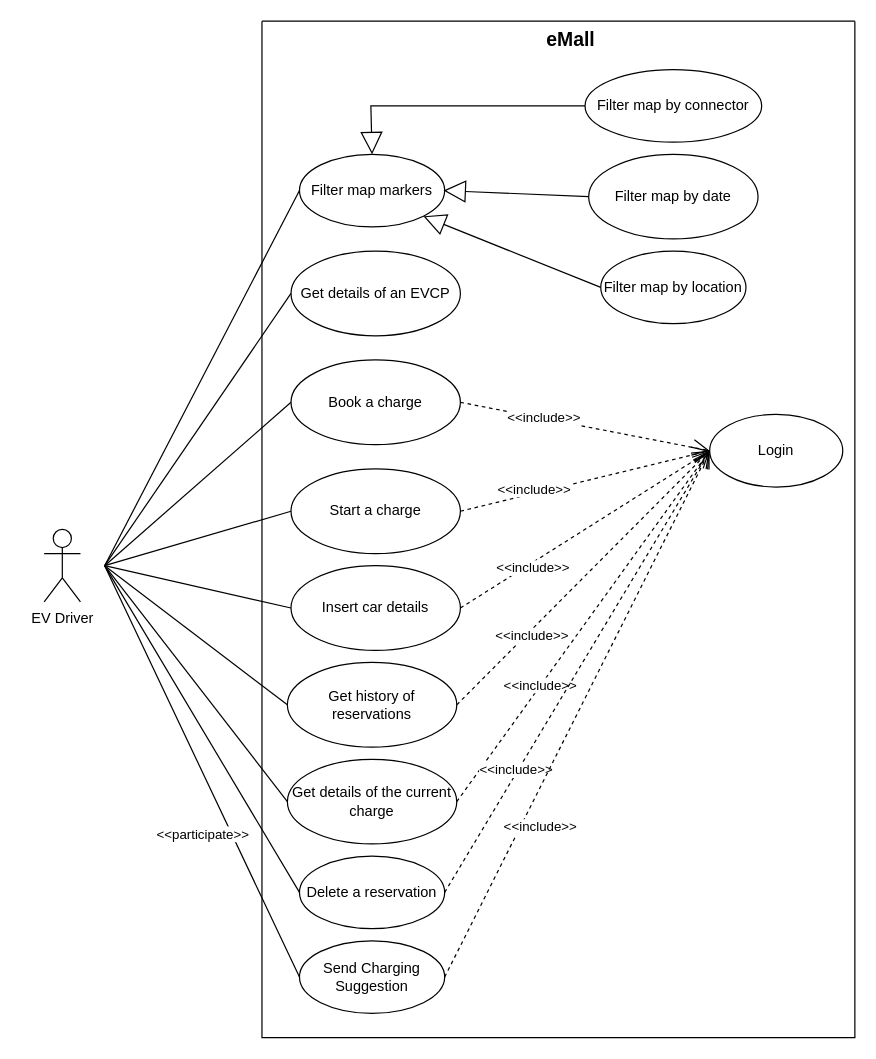
Earlier version of the draw.io diagram RASD/src/use_case_diagram/driver.drawio (gio-del/eMall). Source tidied: cells renumbered, new cells numbered last; positions are measured from the earlier drawing's top-left corner, leaving out a move shared by most shapes. Both pictures are drawn from the tidied source at 121%, with x=0, y=0 at pixel (44, 21).
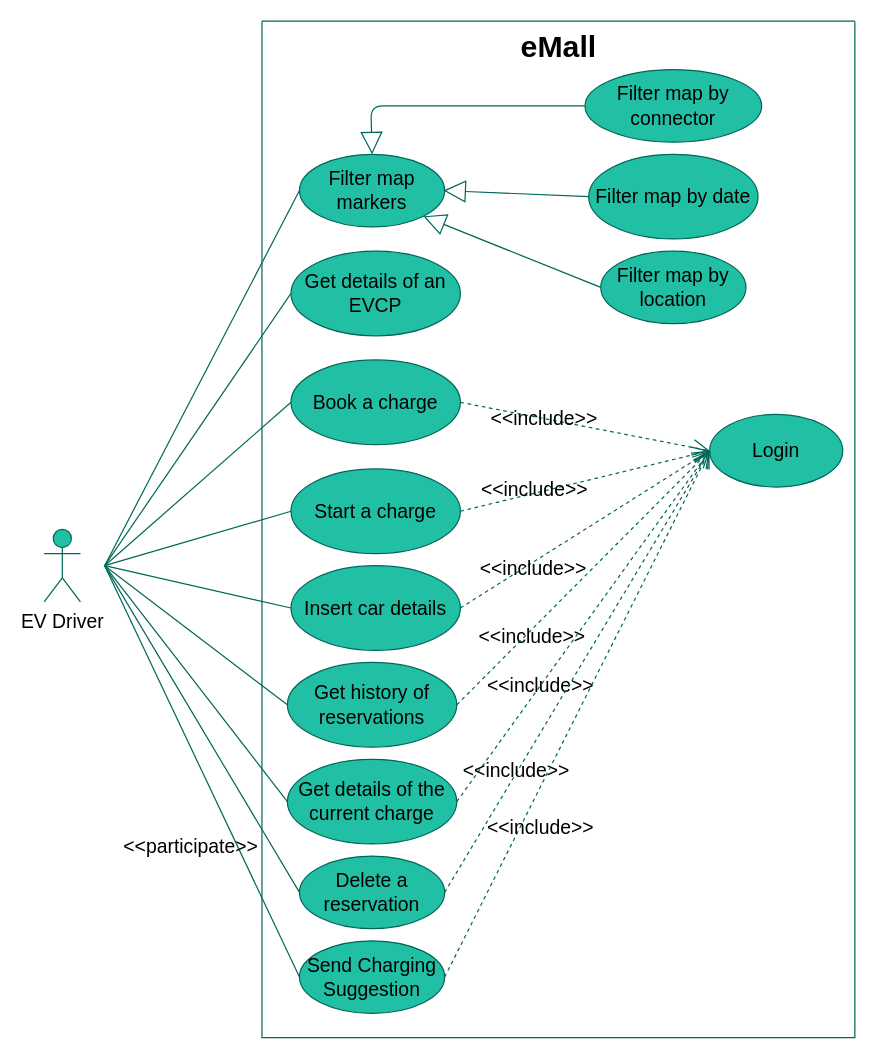
Above is the later version.

Diff of the diagram source:
```diff
@@
-    <mxCell id="2" value="EV Driver" style="shape=umlActor;verticalLabelPosition=bottom;verticalAlign=top;html=1;" parent="1" vertex="1">
+    <mxCell id="2" value="EV Driver" style="shape=umlActor;verticalLabelPosition=bottom;verticalAlign=top;html=1;fontSize=16;rounded=1;labelBackgroundColor=none;fillColor=#21C0A5;strokeColor=#006658;fontColor=#000000;" parent="1" vertex="1">
       <mxGeometry y="420" width="30" height="60" as="geometry" />
     </mxCell>
-    <mxCell id="3" style="swimlane;startSize=0;" parent="1" vertex="1">
+    <mxCell id="3" style="swimlane;startSize=0;fontSize=16;rounded=1;labelBackgroundColor=none;fillColor=#21C0A5;strokeColor=#006658;fontColor=#000000;" parent="1" vertex="1">
       <mxGeometry x="180" width="490" height="840" as="geometry" />
     </mxCell>
-    <mxCell id="4" value="eMall" style="text;html=1;align=center;verticalAlign=middle;strokeColor=none;fillColor=none;fontSize=16;fontStyle=1;" parent="3" vertex="1">
-      <mxGeometry x="225" width="60" height="30" as="geometry" />
+    <mxCell id="4" value="eMall" style="text;html=1;align=center;verticalAlign=middle;strokeColor=none;fillColor=none;fontSize=25;fontStyle=1;rounded=1;labelBackgroundColor=none;fontColor=#000000;" parent="3" vertex="1">
+      <mxGeometry x="200" width="90" height="40" as="geometry" />
     </mxCell>
-    <mxCell id="5" value="Login" style="ellipse;whiteSpace=wrap;html=1;strokeWidth=1;" parent="3" vertex="1">
+    <mxCell id="5" value="Login" style="ellipse;whiteSpace=wrap;html=1;strokeWidth=1;fontSize=16;rounded=1;labelBackgroundColor=none;fillColor=#21C0A5;strokeColor=#006658;fontColor=#000000;" parent="3" vertex="1">
       <mxGeometry x="370" y="325" width="110" height="60" as="geometry" />
     </mxCell>
-    <mxCell id="6" value="Filter map by connector" style="ellipse;whiteSpace=wrap;html=1;strokeWidth=1;" parent="3" vertex="1">
+    <mxCell id="6" value="Filter map by connector" style="ellipse;whiteSpace=wrap;html=1;strokeWidth=1;fontSize=16;rounded=1;labelBackgroundColor=none;fillColor=#21C0A5;strokeColor=#006658;fontColor=#000000;" parent="3" vertex="1">
       <mxGeometry x="267" y="40" width="146" height="60" as="geometry" />
     </mxCell>
-    <mxCell id="7" value="Filter map by date" style="ellipse;whiteSpace=wrap;html=1;strokeWidth=1;" parent="3" vertex="1">
+    <mxCell id="7" value="Filter map by date" style="ellipse;whiteSpace=wrap;html=1;strokeWidth=1;fontSize=16;rounded=1;labelBackgroundColor=none;fillColor=#21C0A5;strokeColor=#006658;fontColor=#000000;" parent="3" vertex="1">
       <mxGeometry x="270" y="110" width="140" height="70" as="geometry" />
     </mxCell>
-    <mxCell id="8" value="Get details of an EVCP" style="ellipse;whiteSpace=wrap;html=1;strokeWidth=1;" parent="3" vertex="1">
+    <mxCell id="8" value="Get details of an EVCP" style="ellipse;whiteSpace=wrap;html=1;strokeWidth=1;fontSize=16;rounded=1;labelBackgroundColor=none;fillColor=#21C0A5;strokeColor=#006658;fontColor=#000000;" parent="3" vertex="1">
       <mxGeometry x="24" y="190" width="140" height="70" as="geometry" />
     </mxCell>
-    <mxCell id="9" value="Book a charge" style="ellipse;whiteSpace=wrap;html=1;strokeWidth=1;" parent="3" vertex="1">
+    <mxCell id="9" value="Book a charge" style="ellipse;whiteSpace=wrap;html=1;strokeWidth=1;fontSize=16;rounded=1;labelBackgroundColor=none;fillColor=#21C0A5;strokeColor=#006658;fontColor=#000000;" parent="3" vertex="1">
       <mxGeometry x="24" y="280" width="140" height="70" as="geometry" />
     </mxCell>
-    <mxCell id="10" value="Insert car details" style="ellipse;whiteSpace=wrap;html=1;strokeWidth=1;" parent="3" vertex="1">
+    <mxCell id="10" value="Insert car details" style="ellipse;whiteSpace=wrap;html=1;strokeWidth=1;fontSize=16;rounded=1;labelBackgroundColor=none;fillColor=#21C0A5;strokeColor=#006658;fontColor=#000000;" parent="3" vertex="1">
       <mxGeometry x="24" y="450" width="140" height="70" as="geometry" />
     </mxCell>
-    <mxCell id="11" value="Get history of reservations" style="ellipse;whiteSpace=wrap;html=1;strokeWidth=1;" parent="3" vertex="1">
+    <mxCell id="11" value="Get history of reservations" style="ellipse;whiteSpace=wrap;html=1;strokeWidth=1;fontSize=16;rounded=1;labelBackgroundColor=none;fillColor=#21C0A5;strokeColor=#006658;fontColor=#000000;" parent="3" vertex="1">
       <mxGeometry x="21" y="530" width="140" height="70" as="geometry" />
     </mxCell>
-    <mxCell id="12" value="Start a charge" style="ellipse;whiteSpace=wrap;html=1;strokeWidth=1;" parent="3" vertex="1">
+    <mxCell id="12" value="Start a charge" style="ellipse;whiteSpace=wrap;html=1;strokeWidth=1;fontSize=16;rounded=1;labelBackgroundColor=none;fillColor=#21C0A5;strokeColor=#006658;fontColor=#000000;" parent="3" vertex="1">
       <mxGeometry x="24" y="370" width="140" height="70" as="geometry" />
     </mxCell>
-    <mxCell id="13" value="Get details of the current charge" style="ellipse;whiteSpace=wrap;html=1;strokeWidth=1;" parent="3" vertex="1">
+    <mxCell id="13" value="Get details of the current charge" style="ellipse;whiteSpace=wrap;html=1;strokeWidth=1;fontSize=16;rounded=1;labelBackgroundColor=none;fillColor=#21C0A5;strokeColor=#006658;fontColor=#000000;" parent="3" vertex="1">
       <mxGeometry x="21" y="610" width="140" height="70" as="geometry" />
     </mxCell>
-    <mxCell id="14" value="&amp;lt;&amp;lt;include&amp;gt;&amp;gt;" style="endArrow=open;endSize=12;dashed=1;html=1;rounded=0;entryX=0;entryY=0.5;entryDx=0;entryDy=0;exitX=1;exitY=0.5;exitDx=0;exitDy=0;" parent="3" edge="1" source="9" target="5">
+    <mxCell id="14" value="&amp;lt;&amp;lt;include&amp;gt;&amp;gt;" style="endArrow=open;endSize=12;dashed=1;html=1;rounded=1;entryX=0;entryY=0.5;entryDx=0;entryDy=0;exitX=1;exitY=0.5;exitDx=0;exitDy=0;fontSize=16;labelBackgroundColor=none;strokeColor=#006658;fontColor=#000000;" parent="3" edge="1" source="9" target="5">
       <mxGeometry x="-0.33" relative="1" as="geometry" />
     </mxCell>
-    <mxCell id="15" value="&amp;lt;&amp;lt;include&amp;gt;&amp;gt;" style="endArrow=open;endSize=12;dashed=1;html=1;rounded=0;entryX=0;entryY=0.5;entryDx=0;entryDy=0;exitX=1;exitY=0.5;exitDx=0;exitDy=0;" parent="3" edge="1" source="12" target="5">
+    <mxCell id="15" value="&amp;lt;&amp;lt;include&amp;gt;&amp;gt;" style="endArrow=open;endSize=12;dashed=1;html=1;rounded=1;entryX=0;entryY=0.5;entryDx=0;entryDy=0;exitX=1;exitY=0.5;exitDx=0;exitDy=0;fontSize=16;labelBackgroundColor=none;strokeColor=#006658;fontColor=#000000;" parent="3" edge="1" source="12" target="5">
       <mxGeometry x="-0.41" y="3" relative="1" as="geometry" />
     </mxCell>
-    <mxCell id="16" value="&amp;lt;&amp;lt;include&amp;gt;&amp;gt;" style="endArrow=open;endSize=12;dashed=1;html=1;rounded=0;entryX=0;entryY=0.5;entryDx=0;entryDy=0;exitX=1;exitY=0.5;exitDx=0;exitDy=0;" parent="3" edge="1" source="10" target="5">
+    <mxCell id="16" value="&amp;lt;&amp;lt;include&amp;gt;&amp;gt;" style="endArrow=open;endSize=12;dashed=1;html=1;rounded=1;entryX=0;entryY=0.5;entryDx=0;entryDy=0;exitX=1;exitY=0.5;exitDx=0;exitDy=0;fontSize=16;labelBackgroundColor=none;strokeColor=#006658;fontColor=#000000;" parent="3" edge="1" source="10" target="5">
       <mxGeometry x="-0.44" y="-4" relative="1" as="geometry" />
     </mxCell>
-    <mxCell id="17" value="&amp;lt;&amp;lt;include&amp;gt;&amp;gt;" style="endArrow=open;endSize=12;dashed=1;html=1;rounded=0;entryX=0;entryY=0.5;entryDx=0;entryDy=0;exitX=1;exitY=0.5;exitDx=0;exitDy=0;" parent="3" edge="1" source="11" target="5">
+    <mxCell id="17" value="&amp;lt;&amp;lt;include&amp;gt;&amp;gt;" style="endArrow=open;endSize=12;dashed=1;html=1;rounded=1;entryX=0;entryY=0.5;entryDx=0;entryDy=0;exitX=1;exitY=0.5;exitDx=0;exitDy=0;fontSize=16;labelBackgroundColor=none;strokeColor=#006658;fontColor=#000000;" parent="3" edge="1" source="11" target="5">
       <mxGeometry x="-0.43" y="-4" relative="1" as="geometry" />
     </mxCell>
-    <mxCell id="18" value="&amp;lt;&amp;lt;include&amp;gt;&amp;gt;" style="endArrow=open;endSize=12;dashed=1;html=1;rounded=0;entryX=0;entryY=0.5;entryDx=0;entryDy=0;exitX=1;exitY=0.5;exitDx=0;exitDy=0;" parent="3" edge="1" source="13" target="5">
+    <mxCell id="18" value="&amp;lt;&amp;lt;include&amp;gt;&amp;gt;" style="endArrow=open;endSize=12;dashed=1;html=1;rounded=1;entryX=0;entryY=0.5;entryDx=0;entryDy=0;exitX=1;exitY=0.5;exitDx=0;exitDy=0;fontSize=16;labelBackgroundColor=none;strokeColor=#006658;fontColor=#000000;" parent="3" edge="1" source="13" target="5">
       <mxGeometry x="-0.34" relative="1" as="geometry" />
     </mxCell>
-    <mxCell id="19" value="Delete a reservation" style="ellipse;whiteSpace=wrap;html=1;" parent="3" vertex="1">
+    <mxCell id="19" value="Delete a reservation" style="ellipse;whiteSpace=wrap;html=1;fontSize=16;rounded=1;labelBackgroundColor=none;fillColor=#21C0A5;strokeColor=#006658;fontColor=#000000;" parent="3" vertex="1">
       <mxGeometry x="31" y="690" width="120" height="60" as="geometry" />
     </mxCell>
-    <mxCell id="20" value="&amp;lt;&amp;lt;include&amp;gt;&amp;gt;" style="endArrow=open;endSize=12;dashed=1;html=1;rounded=0;exitX=1;exitY=0.5;exitDx=0;exitDy=0;entryX=0;entryY=0.5;entryDx=0;entryDy=0;" parent="3" edge="1" source="19" target="5">
+    <mxCell id="20" value="&amp;lt;&amp;lt;include&amp;gt;&amp;gt;" style="endArrow=open;endSize=12;dashed=1;html=1;rounded=1;exitX=1;exitY=0.5;exitDx=0;exitDy=0;entryX=0;entryY=0.5;entryDx=0;entryDy=0;fontSize=16;labelBackgroundColor=none;strokeColor=#006658;fontColor=#000000;" parent="3" edge="1" source="19" target="5">
       <mxGeometry x="-0.45" y="1" relative="1" as="geometry" />
     </mxCell>
-    <mxCell id="21" value="Filter map markers" style="ellipse;whiteSpace=wrap;html=1;" parent="3" vertex="1">
+    <mxCell id="21" value="Filter map markers" style="ellipse;whiteSpace=wrap;html=1;fontSize=16;rounded=1;labelBackgroundColor=none;fillColor=#21C0A5;strokeColor=#006658;fontColor=#000000;" parent="3" vertex="1">
       <mxGeometry x="31" y="110" width="120" height="60" as="geometry" />
     </mxCell>
-    <mxCell id="22" value="Filter map by location" style="ellipse;whiteSpace=wrap;html=1;" parent="3" vertex="1">
+    <mxCell id="22" value="Filter map by location" style="ellipse;whiteSpace=wrap;html=1;fontSize=16;rounded=1;labelBackgroundColor=none;fillColor=#21C0A5;strokeColor=#006658;fontColor=#000000;" parent="3" vertex="1">
       <mxGeometry x="280" y="190" width="120" height="60" as="geometry" />
     </mxCell>
-    <mxCell id="23" value="Send Charging Suggestion" style="ellipse;whiteSpace=wrap;html=1;" parent="3" vertex="1">
+    <mxCell id="23" value="Send Charging Suggestion" style="ellipse;whiteSpace=wrap;html=1;fontSize=16;rounded=1;labelBackgroundColor=none;fillColor=#21C0A5;strokeColor=#006658;fontColor=#000000;" parent="3" vertex="1">
       <mxGeometry x="31" y="760" width="120" height="60" as="geometry" />
     </mxCell>
-    <mxCell id="24" value="&amp;lt;&amp;lt;include&amp;gt;&amp;gt;" style="endArrow=open;endSize=12;dashed=1;html=1;rounded=0;exitX=1;exitY=0.5;exitDx=0;exitDy=0;entryX=0;entryY=0.5;entryDx=0;entryDy=0;" parent="3" edge="1" source="23" target="5">
+    <mxCell id="24" value="&amp;lt;&amp;lt;include&amp;gt;&amp;gt;" style="endArrow=open;endSize=12;dashed=1;html=1;rounded=1;exitX=1;exitY=0.5;exitDx=0;exitDy=0;entryX=0;entryY=0.5;entryDx=0;entryDy=0;fontSize=16;labelBackgroundColor=none;strokeColor=#006658;fontColor=#000000;" parent="3" edge="1" source="23" target="5">
       <mxGeometry x="-0.4" y="-15" relative="1" as="geometry" />
     </mxCell>
-    <mxCell id="25" value="&lt;div&gt;&lt;br&gt;&lt;/div&gt;&lt;div&gt;&lt;br&gt;&lt;/div&gt;" style="endArrow=block;endSize=16;endFill=0;html=1;rounded=0;entryX=0.5;entryY=0;entryDx=0;entryDy=0;exitX=0;exitY=0.5;exitDx=0;exitDy=0;" parent="3" edge="1" source="6" target="21">
+    <mxCell id="25" value="&lt;div style=&quot;font-size: 16px;&quot;&gt;&lt;br style=&quot;font-size: 16px;&quot;&gt;&lt;/div&gt;&lt;div style=&quot;font-size: 16px;&quot;&gt;&lt;br style=&quot;font-size: 16px;&quot;&gt;&lt;/div&gt;" style="endArrow=block;endSize=16;endFill=0;html=1;rounded=1;entryX=0.5;entryY=0;entryDx=0;entryDy=0;exitX=0;exitY=0.5;exitDx=0;exitDy=0;fontSize=16;labelBackgroundColor=none;strokeColor=#006658;fontColor=#000000;" parent="3" edge="1" source="6" target="21">
       <mxGeometry relative="1" as="geometry">
         <Array as="points">
           <mxPoint x="133" y="70" />
           <mxPoint x="90" y="70" />
         </Array>
       </mxGeometry>
     </mxCell>
-    <mxCell id="26" value="&lt;div&gt;&lt;br&gt;&lt;/div&gt;&lt;div&gt;&lt;br&gt;&lt;/div&gt;" style="endArrow=block;endSize=16;endFill=0;html=1;rounded=0;entryX=1;entryY=1;entryDx=0;entryDy=0;exitX=0;exitY=0.5;exitDx=0;exitDy=0;" parent="3" edge="1" source="22" target="21">
+    <mxCell id="26" value="&lt;div style=&quot;font-size: 16px;&quot;&gt;&lt;br style=&quot;font-size: 16px;&quot;&gt;&lt;/div&gt;&lt;div style=&quot;font-size: 16px;&quot;&gt;&lt;br style=&quot;font-size: 16px;&quot;&gt;&lt;/div&gt;" style="endArrow=block;endSize=16;endFill=0;html=1;rounded=1;entryX=1;entryY=1;entryDx=0;entryDy=0;exitX=0;exitY=0.5;exitDx=0;exitDy=0;fontSize=16;labelBackgroundColor=none;strokeColor=#006658;fontColor=#000000;" parent="3" edge="1" source="22" target="21">
       <mxGeometry relative="1" as="geometry" />
     </mxCell>
-    <mxCell id="27" style="endArrow=none;html=1;rounded=0;entryX=0;entryY=0.5;entryDx=0;entryDy=0;" parent="1" edge="1" target="8">
+    <mxCell id="27" style="endArrow=none;html=1;rounded=1;entryX=0;entryY=0.5;entryDx=0;entryDy=0;fontSize=16;labelBackgroundColor=none;strokeColor=#006658;fontColor=#000000;" parent="1" edge="1" target="8">
       <mxGeometry relative="1" as="geometry">
         <mxPoint x="50" y="450" as="sourcePoint" />
       </mxGeometry>
     </mxCell>
-    <mxCell id="28" style="endArrow=none;html=1;rounded=0;entryX=0;entryY=0.5;entryDx=0;entryDy=0;" parent="1" edge="1" target="9">
+    <mxCell id="28" style="endArrow=none;html=1;rounded=1;entryX=0;entryY=0.5;entryDx=0;entryDy=0;fontSize=16;labelBackgroundColor=none;strokeColor=#006658;fontColor=#000000;" parent="1" edge="1" target="9">
       <mxGeometry relative="1" as="geometry">
         <mxPoint x="50" y="450" as="sourcePoint" />
       </mxGeometry>
     </mxCell>
-    <mxCell id="29" style="endArrow=none;html=1;rounded=0;entryX=0;entryY=0.5;entryDx=0;entryDy=0;" parent="1" edge="1" target="12">
+    <mxCell id="29" style="endArrow=none;html=1;rounded=1;entryX=0;entryY=0.5;entryDx=0;entryDy=0;fontSize=16;labelBackgroundColor=none;strokeColor=#006658;fontColor=#000000;" parent="1" edge="1" target="12">
       <mxGeometry relative="1" as="geometry">
         <mxPoint x="50" y="450" as="sourcePoint" />
       </mxGeometry>
     </mxCell>
-    <mxCell id="30" style="endArrow=none;html=1;rounded=0;entryX=0;entryY=0.5;entryDx=0;entryDy=0;" parent="1" edge="1" target="10">
+    <mxCell id="30" style="endArrow=none;html=1;rounded=1;entryX=0;entryY=0.5;entryDx=0;entryDy=0;fontSize=16;labelBackgroundColor=none;strokeColor=#006658;fontColor=#000000;" parent="1" edge="1" target="10">
       <mxGeometry relative="1" as="geometry">
         <mxPoint x="50" y="450" as="sourcePoint" />
       </mxGeometry>
     </mxCell>
-    <mxCell id="31" style="endArrow=none;html=1;rounded=0;entryX=0;entryY=0.5;entryDx=0;entryDy=0;" parent="1" edge="1" target="11">
+    <mxCell id="31" style="endArrow=none;html=1;rounded=1;entryX=0;entryY=0.5;entryDx=0;entryDy=0;fontSize=16;labelBackgroundColor=none;strokeColor=#006658;fontColor=#000000;" parent="1" edge="1" target="11">
       <mxGeometry relative="1" as="geometry">
         <mxPoint x="50" y="450" as="sourcePoint" />
       </mxGeometry>
     </mxCell>
-    <mxCell id="32" style="endArrow=none;html=1;rounded=0;entryX=0;entryY=0.5;entryDx=0;entryDy=0;" parent="1" edge="1" target="13">
+    <mxCell id="32" style="endArrow=none;html=1;rounded=1;entryX=0;entryY=0.5;entryDx=0;entryDy=0;fontSize=16;labelBackgroundColor=none;strokeColor=#006658;fontColor=#000000;" parent="1" edge="1" target="13">
       <mxGeometry relative="1" as="geometry">
         <mxPoint x="50" y="450" as="sourcePoint" />
       </mxGeometry>
     </mxCell>
-    <mxCell id="33" style="endArrow=none;html=1;rounded=0;entryX=0;entryY=0.5;entryDx=0;entryDy=0;" parent="1" edge="1" target="19">
+    <mxCell id="33" style="endArrow=none;html=1;rounded=1;entryX=0;entryY=0.5;entryDx=0;entryDy=0;fontSize=16;labelBackgroundColor=none;strokeColor=#006658;fontColor=#000000;" parent="1" edge="1" target="19">
       <mxGeometry relative="1" as="geometry">
         <mxPoint x="50" y="450" as="sourcePoint" />
       </mxGeometry>
     </mxCell>
-    <mxCell id="34" style="endArrow=none;html=1;rounded=0;entryX=0;entryY=0.5;entryDx=0;entryDy=0;" parent="1" edge="1" target="21">
+    <mxCell id="34" style="endArrow=none;html=1;rounded=1;entryX=0;entryY=0.5;entryDx=0;entryDy=0;fontSize=16;labelBackgroundColor=none;strokeColor=#006658;fontColor=#000000;" parent="1" edge="1" target="21">
       <mxGeometry relative="1" as="geometry">
         <mxPoint x="50" y="450" as="sourcePoint" />
       </mxGeometry>
     </mxCell>
-    <mxCell id="35" style="endArrow=none;html=1;rounded=0;entryX=0;entryY=0.5;entryDx=0;entryDy=0;" parent="1" edge="1" target="23">
+    <mxCell id="35" style="endArrow=none;html=1;rounded=1;entryX=0;entryY=0.5;entryDx=0;entryDy=0;fontSize=16;labelBackgroundColor=none;strokeColor=#006658;fontColor=#000000;" parent="1" edge="1" target="23">
       <mxGeometry relative="1" as="geometry">
         <mxPoint x="50" y="450" as="sourcePoint" />
       </mxGeometry>
     </mxCell>
-    <mxCell id="36" value="&amp;lt;&amp;lt;participate&amp;gt;&amp;gt;" style="edgeLabel;html=1;align=center;verticalAlign=middle;" parent="35" vertex="1">
+    <mxCell id="36" value="&amp;lt;&amp;lt;participate&amp;gt;&amp;gt;" style="edgeLabel;html=1;align=center;verticalAlign=middle;fontSize=16;rounded=1;labelBackgroundColor=none;fontColor=#000000;" parent="35" vertex="1">
       <mxGeometry x="0.29" y="3" relative="1" as="geometry">
-        <mxPoint x="-26" y="3" as="offset" />
+        <mxPoint x="-36" y="13" as="offset" />
       </mxGeometry>
     </mxCell>
-    <mxCell id="37" value="&lt;div&gt;&lt;br&gt;&lt;/div&gt;&lt;div&gt;&lt;br&gt;&lt;/div&gt;" style="endArrow=block;endSize=16;endFill=0;html=1;rounded=0;exitX=0;exitY=0.5;exitDx=0;exitDy=0;" parent="1" edge="1" source="7">
+    <mxCell id="37" value="&lt;div style=&quot;font-size: 16px;&quot;&gt;&lt;br style=&quot;font-size: 16px;&quot;&gt;&lt;/div&gt;&lt;div style=&quot;font-size: 16px;&quot;&gt;&lt;br style=&quot;font-size: 16px;&quot;&gt;&lt;/div&gt;" style="endArrow=block;endSize=16;endFill=0;html=1;rounded=1;exitX=0;exitY=0.5;exitDx=0;exitDy=0;fontSize=16;labelBackgroundColor=none;strokeColor=#006658;fontColor=#000000;" parent="1" edge="1" source="7">
       <mxGeometry relative="1" as="geometry">
         <mxPoint x="330" y="140" as="targetPoint" />
       </mxGeometry>
     </mxCell>
```
